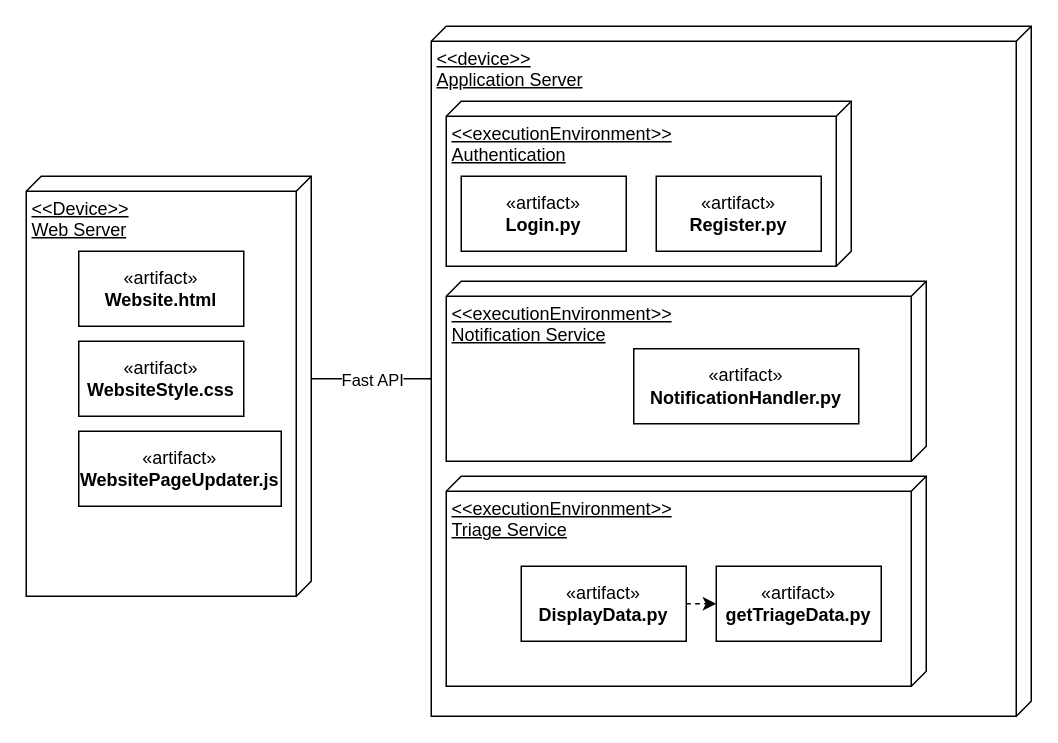
The draw.io diagram Usecases/UI_deployment.drawio in uvic-teach/project-m1-team8, before the edit. Source tidied: cells renumbered, new cells numbered last; positions are measured from the earlier drawing's top-left corner, leaving out a move shared by most shapes. Both pictures are drawn from the tidied source at 150%, with x=0, y=0 at pixel (26, 26).
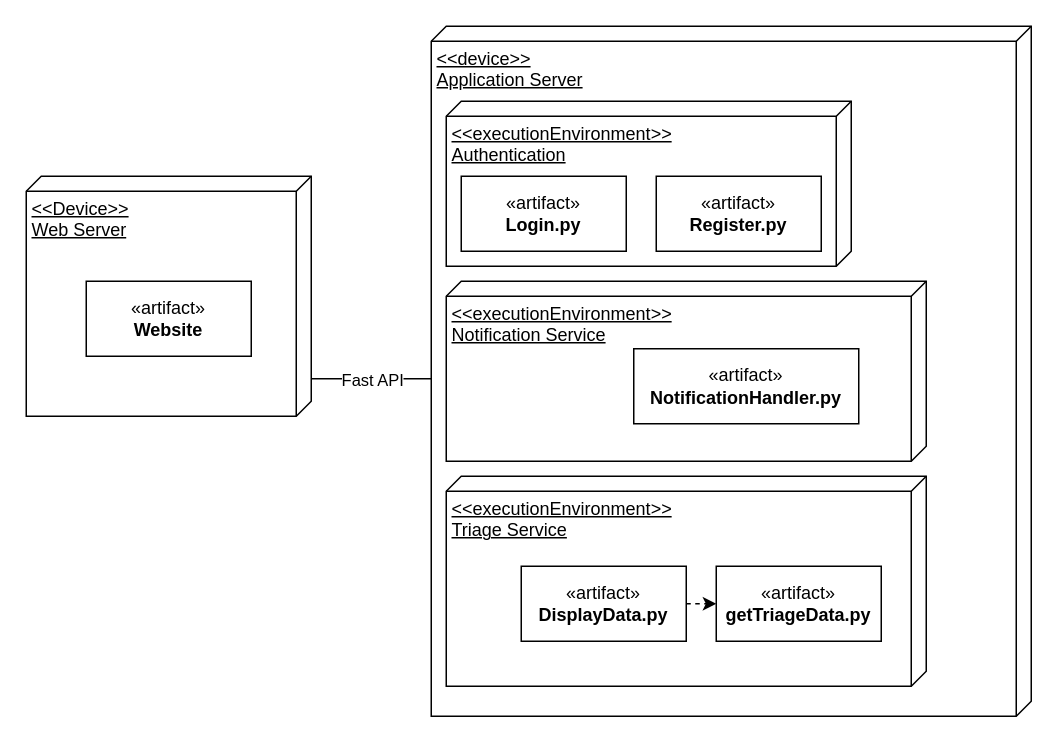
Above is the later version.

The edit, as a diff of the source:
```diff
@@
 <mxGraphModel>
   <root>
     <mxCell id="0" />
     <mxCell id="1" parent="0" />
     <mxCell id="2" value="&lt;div&gt;&amp;lt;&amp;lt;device&amp;gt;&amp;gt;&lt;/div&gt;&lt;div&gt;Application Server&lt;/div&gt;&lt;div&gt;&lt;br&gt;&lt;/div&gt;" style="verticalAlign=top;align=left;spacingTop=8;spacingLeft=2;spacingRight=12;shape=cube;size=10;direction=south;fontStyle=4;html=1;whiteSpace=wrap;" parent="1" vertex="1">
       <mxGeometry x="270" width="400" height="460" as="geometry" />
     </mxCell>
     <mxCell id="3" value="&lt;div&gt;&amp;lt;&amp;lt;executionEnvironment&amp;gt;&amp;gt;&lt;/div&gt;&lt;div&gt;Authentication&lt;/div&gt;" style="verticalAlign=top;align=left;spacingTop=8;spacingLeft=2;spacingRight=12;shape=cube;size=10;direction=south;fontStyle=4;html=1;whiteSpace=wrap;" parent="1" vertex="1">
       <mxGeometry x="280" y="50" width="270" height="110" as="geometry" />
     </mxCell>
     <mxCell id="4" value="«artifact»&lt;br&gt;&lt;b&gt;Login.py&lt;br&gt;&lt;/b&gt;" style="html=1;whiteSpace=wrap;" parent="1" vertex="1">
       <mxGeometry x="290" y="100" width="110" height="50" as="geometry" />
     </mxCell>
     <mxCell id="5" value="«artifact»&lt;br&gt;&lt;b&gt;Register.py&lt;/b&gt;" style="html=1;whiteSpace=wrap;" parent="1" vertex="1">
       <mxGeometry x="420" y="100" width="110" height="50" as="geometry" />
     </mxCell>
     <mxCell id="6" value="&lt;div&gt;&amp;lt;&amp;lt;executionEnvironment&amp;gt;&amp;gt;&lt;/div&gt;&lt;div&gt;Notification Service&lt;br&gt;&lt;/div&gt;" style="verticalAlign=top;align=left;spacingTop=8;spacingLeft=2;spacingRight=12;shape=cube;size=10;direction=south;fontStyle=4;html=1;whiteSpace=wrap;" parent="1" vertex="1">
       <mxGeometry x="280" y="170" width="320" height="120" as="geometry" />
     </mxCell>
     <mxCell id="7" value="«artifact»&lt;br&gt;&lt;b&gt;NotificationHandler.py&lt;/b&gt;" style="html=1;whiteSpace=wrap;" parent="1" vertex="1">
       <mxGeometry x="405" y="215" width="150" height="50" as="geometry" />
     </mxCell>
     <mxCell id="8" value="&lt;div&gt;&amp;lt;&amp;lt;executionEnvironment&amp;gt;&amp;gt;&lt;/div&gt;&lt;div&gt;Triage Service&lt;br&gt;&lt;/div&gt;" style="verticalAlign=top;align=left;spacingTop=8;spacingLeft=2;spacingRight=12;shape=cube;size=10;direction=south;fontStyle=4;html=1;whiteSpace=wrap;" parent="1" vertex="1">
       <mxGeometry x="280" y="300" width="320" height="140" as="geometry" />
     </mxCell>
     <mxCell id="9" value="«artifact»&lt;br&gt;&lt;b&gt;getTriageData.py&lt;/b&gt;" style="html=1;whiteSpace=wrap;" parent="1" vertex="1">
       <mxGeometry x="460" y="360" width="110" height="50" as="geometry" />
     </mxCell>
     <mxCell id="10" value="«artifact»&lt;br&gt;&lt;b&gt;DisplayData.py&lt;/b&gt;" style="html=1;whiteSpace=wrap;" parent="1" vertex="1">
       <mxGeometry x="330" y="360" width="110" height="50" as="geometry" />
     </mxCell>
     <mxCell id="11" style="endArrow=none;html=1;rounded=0;exitX=0;exitY=0;exitDx=135;exitDy=0;exitPerimeter=0;entryX=0;entryY=0;entryDx=235;entryDy=400;entryPerimeter=0;" parent="1" edge="1" source="13" target="2">
       <mxGeometry relative="1" as="geometry" />
     </mxCell>
     <mxCell id="12" value="Fast API" style="edgeLabel;html=1;align=center;verticalAlign=middle;" parent="11" vertex="1">
       <mxGeometry x="-0.28" y="2" relative="1" as="geometry">
         <mxPoint x="11" y="2" as="offset" />
       </mxGeometry>
     </mxCell>
     <mxCell id="13" value="&lt;div&gt;&amp;lt;&amp;lt;Device&amp;gt;&amp;gt;&lt;/div&gt;&lt;div&gt;Web Server&lt;br&gt;&lt;/div&gt;" style="verticalAlign=top;align=left;spacingTop=8;spacingLeft=2;spacingRight=12;shape=cube;size=10;direction=south;fontStyle=4;html=1;whiteSpace=wrap;" parent="1" vertex="1">
-      <mxGeometry y="100" width="190" height="280" as="geometry" />
+      <mxGeometry y="100" width="190" height="160" as="geometry" />
     </mxCell>
-    <mxCell id="14" value="«artifact»&lt;br&gt;&lt;b&gt;Website.html&lt;br&gt;&lt;/b&gt;" style="html=1;whiteSpace=wrap;" parent="1" vertex="1">
-      <mxGeometry x="35" y="150" width="110" height="50" as="geometry" />
+    <mxCell id="14" value="«artifact»&lt;br&gt;&lt;b&gt;Website&lt;br&gt;&lt;/b&gt;" style="html=1;whiteSpace=wrap;" parent="1" vertex="1">
+      <mxGeometry x="40" y="170" width="110" height="50" as="geometry" />
     </mxCell>
-    <mxCell id="15" value="«artifact»&lt;br&gt;&lt;b&gt;WebsiteStyle.css&lt;br&gt;&lt;/b&gt;" style="html=1;whiteSpace=wrap;" parent="1" vertex="1">
-      <mxGeometry x="35" y="210" width="110" height="50" as="geometry" />
-    </mxCell>
-    <mxCell id="16" value="«artifact»&lt;br&gt;&lt;b&gt;WebsitePageUpdater.js&lt;br&gt;&lt;/b&gt;" style="html=1;whiteSpace=wrap;" parent="1" vertex="1">
-      <mxGeometry x="35" y="270" width="135" height="50" as="geometry" />
-    </mxCell>
     <mxCell id="17" style="endArrow=classic;html=1;rounded=0;entryX=0;entryY=0.5;entryDx=0;entryDy=0;exitX=1;exitY=0.5;exitDx=0;exitDy=0;dashed=1;" parent="1" edge="1" source="10" target="9">
       <mxGeometry relative="1" as="geometry" />
     </mxCell>
   </root>
 </mxGraphModel>
```
